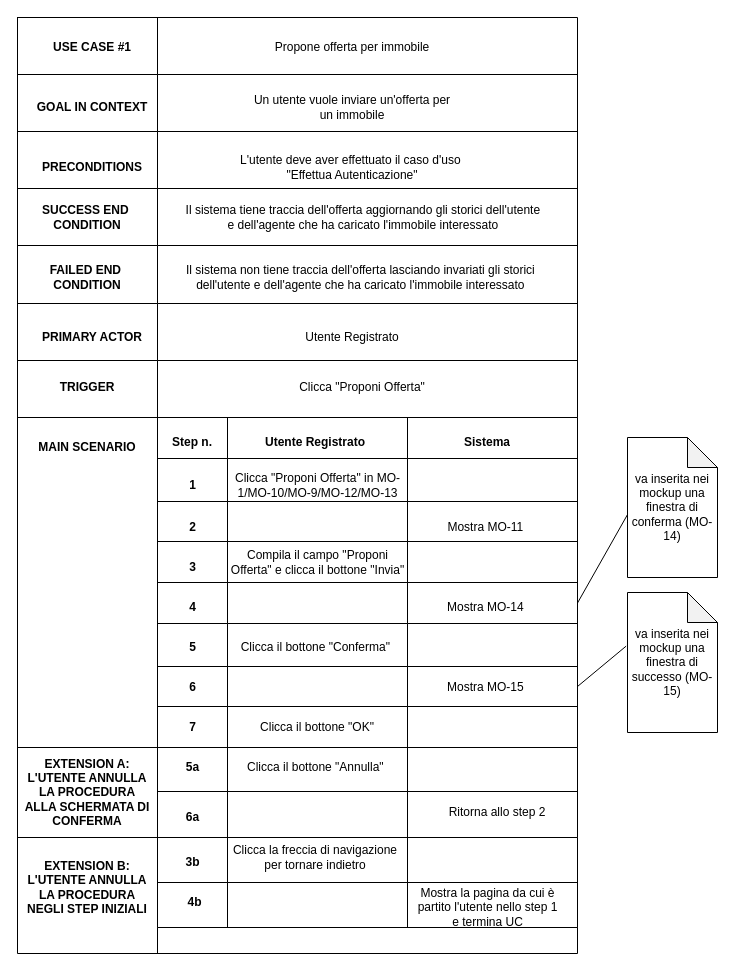
The draw.io diagram page "InvioOfferta" (1 of 2) of documentazione/cockburns.drawio in Lucalorenzo004/DietiEstates25, before the edit. Source tidied: cells renumbered, new cells numbered last; positions are measured from the earlier drawing's top-left corner, leaving out a move shared by most shapes. Both pictures are drawn from the tidied source at 100%, with x=0, y=0 at pixel (17, 17).
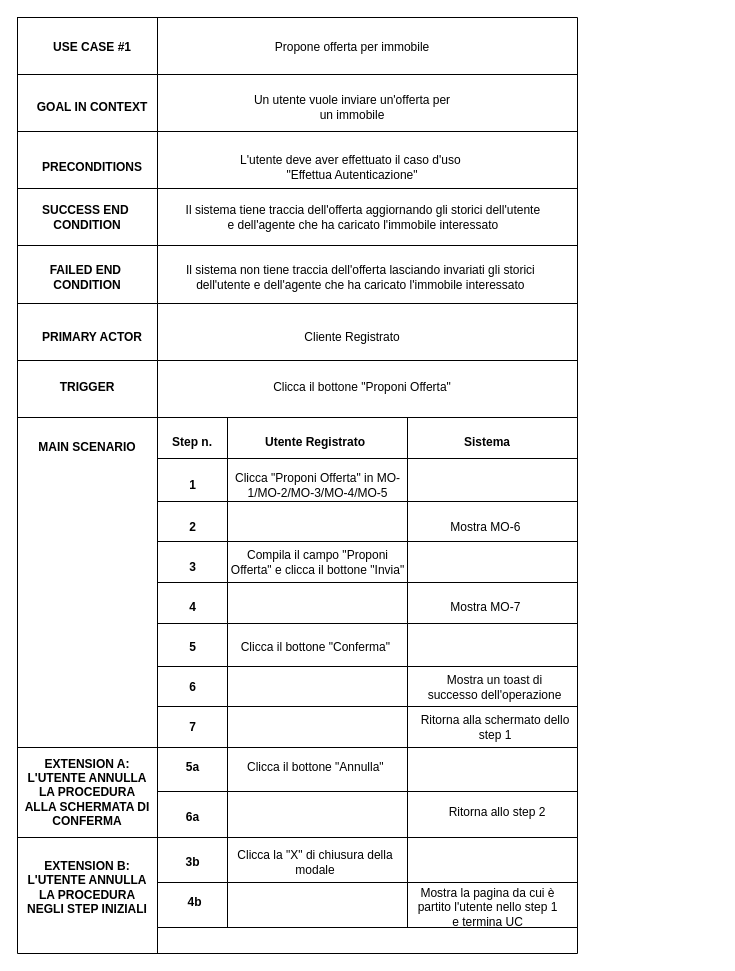
The same page after the edit.

Unchanged cells that the change refers to:
```xml
<mxCell id="50" style="shape=tableRow;horizontal=0;startSize=0;swimlaneHead=0;swimlaneBody=0;strokeColor=inherit;top=0;left=0;bottom=0;right=0;fillColor=none;points=[[0,0.5],[1,0.5]];portConstraint=eastwest;" parent="33" vertex="1">
  <mxGeometry y="165" width="420" height="41" as="geometry" />
</mxCell>
<mxCell id="58" style="shape=tableRow;horizontal=0;startSize=0;swimlaneHead=0;swimlaneBody=0;strokeColor=inherit;top=0;left=0;bottom=0;right=0;fillColor=none;points=[[0,0.5],[1,0.5]];portConstraint=eastwest;" parent="33" vertex="1">
  <mxGeometry y="249" width="420" height="40" as="geometry" />
</mxCell>
```

Diff of the diagram source:
```diff
@@
-    <mxCell id="78" value="Utente Registrato" style="text;html=1;align=center;verticalAlign=middle;whiteSpace=wrap;rounded=0;" parent="1" vertex="1">
+    <mxCell id="78" value="Cliente Registrato" style="text;html=1;align=center;verticalAlign=middle;whiteSpace=wrap;rounded=0;" parent="1" vertex="1">
       <mxGeometry x="230" y="300" width="210" height="40" as="geometry" />
     </mxCell>
-    <mxCell id="79" value="Clicca &quot;Proponi Offerta&quot;" style="text;html=1;align=center;verticalAlign=middle;whiteSpace=wrap;rounded=0;" parent="1" vertex="1">
+    <mxCell id="79" value="Clicca il bottone &quot;Proponi Offerta&quot;" style="text;html=1;align=center;verticalAlign=middle;whiteSpace=wrap;rounded=0;" parent="1" vertex="1">
       <mxGeometry x="240" y="350" width="210" height="40" as="geometry" />
     </mxCell>
@@
-    <mxCell id="85" value="Clicca &quot;Proponi Offerta&quot; in&amp;nbsp;&lt;span style=&quot;background-color: initial;&quot;&gt;MO-1/MO-10/MO-9/MO-12/MO-13&lt;/span&gt;" style="text;html=1;align=center;verticalAlign=middle;whiteSpace=wrap;rounded=0;" parent="1" vertex="1">
+    <mxCell id="85" value="Clicca &quot;Proponi Offerta&quot; in&amp;nbsp;&lt;span style=&quot;background-color: initial;&quot;&gt;MO-1/MO-2/MO-3/MO-4/MO-5&lt;/span&gt;" style="text;html=1;align=center;verticalAlign=middle;whiteSpace=wrap;rounded=0;" parent="1" vertex="1">
       <mxGeometry x="212.5" y="450.5" width="175" height="35" as="geometry" />
     </mxCell>
@@
-    <mxCell id="87" value="Mostra MO-11&amp;nbsp;" style="text;html=1;align=center;verticalAlign=middle;whiteSpace=wrap;rounded=0;" parent="1" vertex="1">
+    <mxCell id="87" value="Mostra MO-6&amp;nbsp;" style="text;html=1;align=center;verticalAlign=middle;whiteSpace=wrap;rounded=0;" parent="1" vertex="1">
       <mxGeometry x="405" y="490" width="130" height="40" as="geometry" />
     </mxCell>
@@
-    <mxCell id="91" value="Mostra MO-14&amp;nbsp;" style="text;html=1;align=center;verticalAlign=middle;whiteSpace=wrap;rounded=0;" parent="1" vertex="1">
+    <mxCell id="91" value="Mostra MO-7&amp;nbsp;" style="text;html=1;align=center;verticalAlign=middle;whiteSpace=wrap;rounded=0;" parent="1" vertex="1">
       <mxGeometry x="405" y="570" width="130" height="40" as="geometry" />
     </mxCell>
-    <mxCell id="92" style="endArrow=none;html=1;rounded=0;exitX=1;exitY=0.5;exitDx=0;exitDy=0;entryX=0.005;entryY=0.545;entryDx=0;entryDy=0;entryPerimeter=0;" parent="1" edge="1" source="50" target="93">
-      <mxGeometry relative="1" as="geometry" />
-    </mxCell>
-    <mxCell id="93" value="va inserita nei mockup una finestra di conferma (MO-14)" style="shape=note;whiteSpace=wrap;html=1;backgroundOutline=1;darkOpacity=0.05;" parent="1" vertex="1">
-      <mxGeometry x="610" y="420" width="90" height="140" as="geometry" />
-    </mxCell>
@@
-    <mxCell id="96" value="Mostra MO-15&amp;nbsp;" style="text;html=1;align=center;verticalAlign=middle;whiteSpace=wrap;rounded=0;" parent="1" vertex="1">
-      <mxGeometry x="405" y="650" width="130" height="40" as="geometry" />
+    <mxCell id="96" value="Mostra un toast di successo dell'operazione" style="text;html=1;align=center;verticalAlign=middle;whiteSpace=wrap;rounded=0;" parent="1" vertex="1">
+      <mxGeometry x="405" y="650" width="145" height="40" as="geometry" />
     </mxCell>
-    <mxCell id="97" value="va inserita nei mockup una finestra di successo (MO-15)" style="shape=note;whiteSpace=wrap;html=1;backgroundOutline=1;darkOpacity=0.05;" parent="1" vertex="1">
-      <mxGeometry x="610" y="575" width="90" height="140" as="geometry" />
-    </mxCell>
-    <mxCell id="98" style="endArrow=none;html=1;rounded=0;entryX=-0.015;entryY=0.383;entryDx=0;entryDy=0;entryPerimeter=0;exitX=1;exitY=0.5;exitDx=0;exitDy=0;" parent="1" edge="1" source="58" target="97">
-      <mxGeometry relative="1" as="geometry" />
-    </mxCell>
@@
-    <mxCell id="101" value="Clicca il bottone &quot;OK&quot;" style="text;html=1;align=center;verticalAlign=middle;whiteSpace=wrap;rounded=0;" parent="1" vertex="1">
-      <mxGeometry x="220" y="695" width="160" height="30" as="geometry" />
+    <mxCell id="101" value="Ritorna alla schermato dello step 1" style="text;html=1;align=center;verticalAlign=middle;whiteSpace=wrap;rounded=0;" parent="1" vertex="1">
+      <mxGeometry x="397.5" y="695" width="160" height="30" as="geometry" />
     </mxCell>
@@
-    <mxCell id="128" value="Clicca la freccia di navigazione per tornare indietro" style="text;html=1;align=center;verticalAlign=middle;whiteSpace=wrap;rounded=0;" parent="1" vertex="1">
-      <mxGeometry x="212.5" y="820" width="170" height="40" as="geometry" />
+    <mxCell id="128" value="Clicca la &quot;X&quot; di chiusura della modale" style="text;html=1;align=center;verticalAlign=middle;whiteSpace=wrap;rounded=0;" parent="1" vertex="1">
+      <mxGeometry x="212.5" y="825" width="170" height="40" as="geometry" />
     </mxCell>
```
